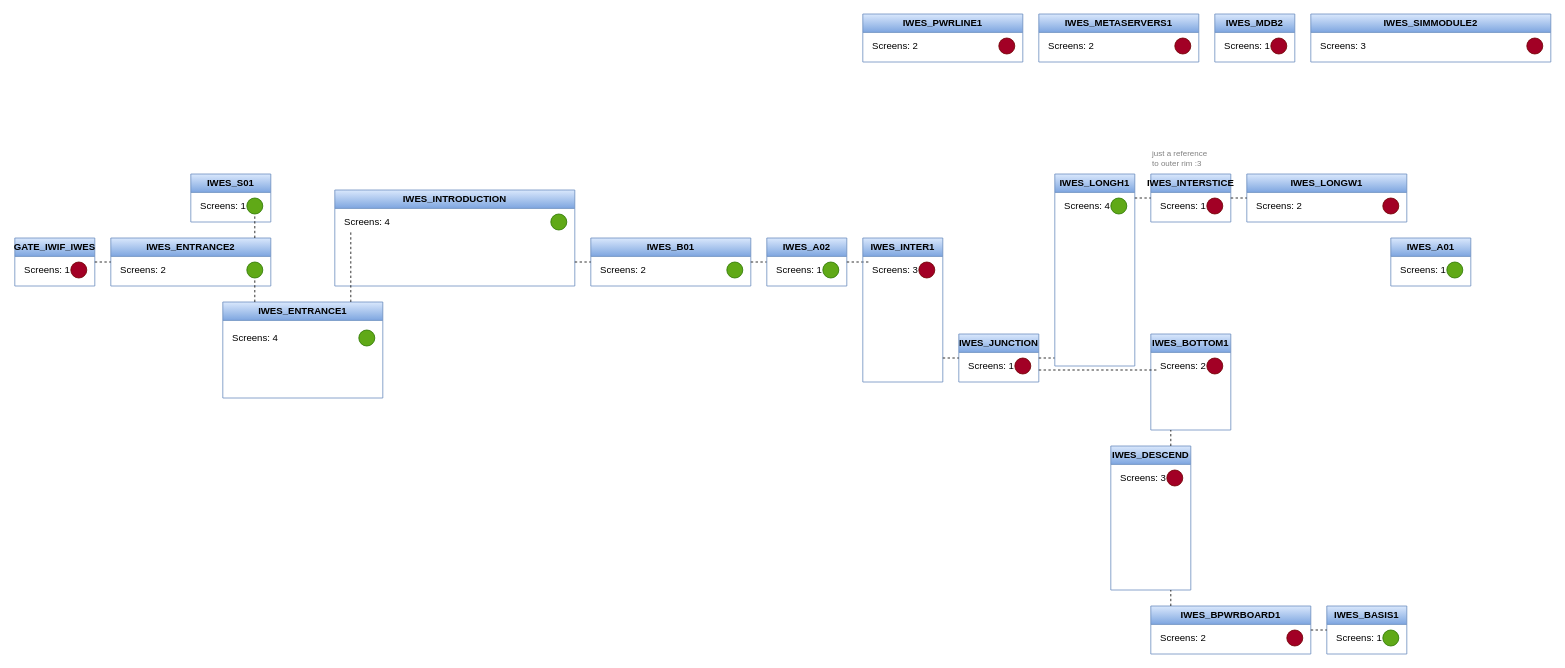
The draw.io diagram page "Encapsulated Systems" (3 of 3) of bonus/Regions.drawio in TabbyFlux/Implicit-Worlds, before the edit. Source tidied: cells renumbered, new cells numbered last; positions are measured from the earlier drawing's top-left corner, leaving out a move shared by most shapes. Both pictures are drawn from the tidied source at 80%, with x=0, y=0 at pixel (14, 14).
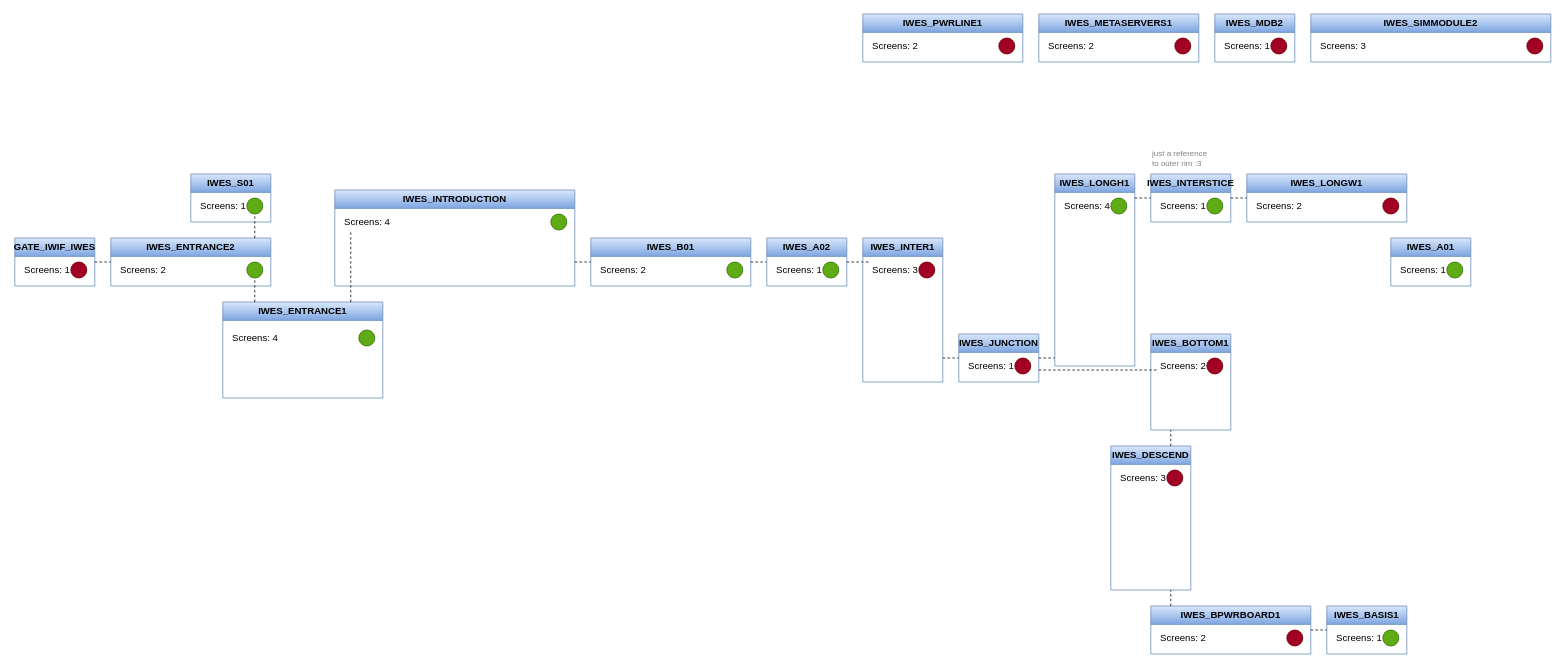
The same page after the edit.

The change refers to these unchanged cells:
```xml
<mxCell id="63" value="IWES_INTERSTICE" style="swimlane;whiteSpace=wrap;html=1;fillColor=#dae8fc;gradientColor=#7ea6e0;strokeColor=#6c8ebf;" parent="1" vertex="1">
  <mxGeometry x="1420" y="200" width="100" height="60" as="geometry" />
</mxCell>
```

Change to the diagram source:
```diff
@@
-    <mxCell id="65" style="ellipse;whiteSpace=wrap;html=1;fillColor=#a20025;strokeColor=#6F0000;fontColor=#ffffff;" parent="63" vertex="1">
+    <mxCell id="65" style="ellipse;whiteSpace=wrap;html=1;fillColor=#60a917;strokeColor=#2D7600;fontColor=#ffffff;" parent="63" vertex="1">
       <mxGeometry x="70" y="30" width="20" height="20" as="geometry" />
     </mxCell>
```
